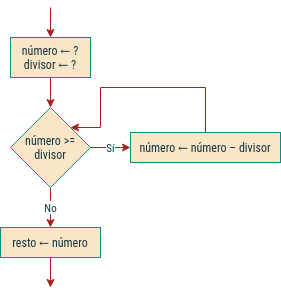
Before: ilustraciones/renders/Diagrama.drawio.png, a diagram exported from draw.io (INGCOM-UNRN/ingreso). Source tidied: cells renumbered, new cells last; positions are measured from the earlier drawing's top-left corner, leaving out a move shared by most shapes.
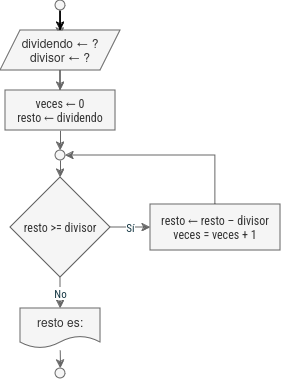
The same file after the commit.

What changed in the source:
```diff
@@ -2,50 +2,69 @@
   <root>
     <mxCell id="0" />
     <mxCell id="1" parent="0" />
-    <mxCell id="2" style="edgeStyle=orthogonalEdgeStyle;rounded=0;jettySize=auto;html=1;exitX=0.5;exitY=1;exitDx=0;exitDy=0;labelBackgroundColor=#DAD2D8;strokeColor=#A8201A;fontColor=#143642;fontFamily=Roboto Condensed;fontSource=https%3A%2F%2Ffonts.googleapis.com%2Fcss%3Ffamily%3DRoboto%2BCondensed;" parent="1" edge="1" source="3" target="6">
-      <mxGeometry relative="1" as="geometry" />
-    </mxCell>
-    <mxCell id="3" value="&lt;div&gt;número ← ?&lt;/div&gt;&lt;div&gt;divisor ← ?&lt;br&gt;&lt;/div&gt;" style="rounded=0;whiteSpace=wrap;html=1;fillColor=#FAE5C7;strokeColor=#0F8B8D;fontColor=#143642;fontFamily=Roboto Condensed;fontSource=https%3A%2F%2Ffonts.googleapis.com%2Fcss%3Ffamily%3DRoboto%2BCondensed;" parent="1" vertex="1">
-      <mxGeometry x="10" y="30" width="80" height="40" as="geometry" />
-    </mxCell>
+    <mxCell id="12" style="edgeStyle=orthogonalEdgeStyle;rounded=0;jettySize=auto;html=1;exitX=0.5;exitY=1;exitDx=0;exitDy=0;labelBackgroundColor=#DAD2D8;strokeColor=#666666;fontColor=#143642;fontFamily=Roboto Condensed;fontSource=https%3A%2F%2Ffonts.googleapis.com%2Fcss%3Ffamily%3DRoboto%2BCondensed;fillColor=#f5f5f5;entryX=0.5;entryY=0;entryDx=0;entryDy=0;" parent="1" edge="1" source="18" target="25">
+      <mxGeometry relative="1" as="geometry" />
+    </mxCell>
-    <mxCell id="4" value="Sí" style="edgeStyle=orthogonalEdgeStyle;rounded=0;jettySize=auto;html=1;labelBackgroundColor=default;strokeColor=#A8201A;fontColor=#143642;fontFamily=Roboto Condensed;fontSource=https%3A%2F%2Ffonts.googleapis.com%2Fcss%3Ffamily%3DRoboto%2BCondensed;spacing=4;" parent="1" edge="1" source="6" target="9">
+    <mxCell id="4" value="Sí" style="edgeStyle=orthogonalEdgeStyle;rounded=0;jettySize=auto;html=1;labelBackgroundColor=default;strokeColor=#666666;fontColor=#143642;fontFamily=Roboto Condensed;fontSource=https%3A%2F%2Ffonts.googleapis.com%2Fcss%3Ffamily%3DRoboto%2BCondensed;spacing=4;fillColor=#f5f5f5;entryX=0;entryY=0.5;entryDx=0;entryDy=0;exitX=1;exitY=0.5;exitDx=0;exitDy=0;" parent="1" edge="1" source="13" target="16">
       <mxGeometry relative="1" as="geometry">
         <Array as="points">
-          <mxPoint x="120" y="140" />
-          <mxPoint x="120" y="140" />
+          <mxPoint x="120" y="127" />
+          <mxPoint x="120" y="127" />
         </Array>
       </mxGeometry>
     </mxCell>
-    <mxCell id="5" value="No" style="edgeStyle=orthogonalEdgeStyle;rounded=0;jettySize=auto;html=1;labelBackgroundColor=default;strokeColor=#A8201A;fontColor=#143642;fontFamily=Roboto Condensed;fontSource=https%3A%2F%2Ffonts.googleapis.com%2Fcss%3Ffamily%3DRoboto%2BCondensed;spacing=5;" parent="1" edge="1" source="6" target="11">
+    <mxCell id="5" value="No" style="edgeStyle=orthogonalEdgeStyle;rounded=0;jettySize=auto;html=1;labelBackgroundColor=default;strokeColor=#666666;fontColor=#143642;fontFamily=Roboto Condensed;fontSource=https%3A%2F%2Ffonts.googleapis.com%2Fcss%3Ffamily%3DRoboto%2BCondensed;spacing=5;fillColor=#f5f5f5;entryX=0.5;entryY=0;entryDx=0;entryDy=0;" parent="1" edge="1" source="13" target="21">
       <mxGeometry relative="1" as="geometry" />
     </mxCell>
-    <mxCell id="6" value="número &amp;gt;= divisor" style="rhombus;whiteSpace=wrap;html=1;fillColor=#FAE5C7;strokeColor=#0F8B8D;fontColor=#143642;fontFamily=Roboto Condensed;fontSource=https%3A%2F%2Ffonts.googleapis.com%2Fcss%3Ffamily%3DRoboto%2BCondensed;" parent="1" vertex="1">
-      <mxGeometry x="10" y="100" width="80" height="80" as="geometry" />
-    </mxCell>
-    <mxCell id="7" style="edgeStyle=orthogonalEdgeStyle;rounded=0;jettySize=auto;html=1;exitX=0.5;exitY=1;exitDx=0;exitDy=0;labelBackgroundColor=#DAD2D8;strokeColor=#A8201A;fontColor=#143642;fontFamily=Roboto Condensed;fontSource=https%3A%2F%2Ffonts.googleapis.com%2Fcss%3Ffamily%3DRoboto%2BCondensed;" parent="1" edge="1" target="3">
-      <mxGeometry relative="1" as="geometry">
-        <mxPoint x="50" as="sourcePoint" />
-      </mxGeometry>
-    </mxCell>
-    <mxCell id="8" style="edgeStyle=orthogonalEdgeStyle;rounded=0;jettySize=auto;html=1;entryX=1;entryY=0;entryDx=0;entryDy=0;exitX=0.5;exitY=0;exitDx=0;exitDy=0;labelBackgroundColor=#DAD2D8;strokeColor=#A8201A;fontColor=#143642;fontFamily=Roboto Condensed;fontSource=https%3A%2F%2Ffonts.googleapis.com%2Fcss%3Ffamily%3DRoboto%2BCondensed;" parent="1" edge="1" source="9" target="6">
-      <mxGeometry relative="1" as="geometry">
-        <Array as="points">
-          <mxPoint x="205" y="80" />
-          <mxPoint x="100" y="80" />
-          <mxPoint x="100" y="120" />
-        </Array>
-      </mxGeometry>
-    </mxCell>
-    <mxCell id="9" value="número ← número – divisor" style="rounded=0;whiteSpace=wrap;html=1;fillColor=#FAE5C7;strokeColor=#0F8B8D;fontColor=#143642;fontFamily=Roboto Condensed;fontSource=https%3A%2F%2Ffonts.googleapis.com%2Fcss%3Ffamily%3DRoboto%2BCondensed;" parent="1" vertex="1">
-      <mxGeometry x="130" y="125" width="150" height="30" as="geometry" />
-    </mxCell>
-    <mxCell id="10" style="edgeStyle=orthogonalEdgeStyle;rounded=0;jettySize=auto;html=1;labelBackgroundColor=#DAD2D8;strokeColor=#A8201A;fontColor=#143642;fontFamily=Roboto Condensed;fontSource=https%3A%2F%2Ffonts.googleapis.com%2Fcss%3Ffamily%3DRoboto%2BCondensed;" parent="1" edge="1" source="11">
-      <mxGeometry relative="1" as="geometry">
-        <mxPoint x="50" y="280" as="targetPoint" />
-      </mxGeometry>
-    </mxCell>
-    <mxCell id="11" value="&lt;div&gt;resto ← número&lt;/div&gt;" style="whiteSpace=wrap;html=1;fillColor=#FAE5C7;strokeColor=#0F8B8D;fontColor=#143642;fontFamily=Roboto Condensed;fontSource=https%3A%2F%2Ffonts.googleapis.com%2Fcss%3Ffamily%3DRoboto%2BCondensed;" parent="1" vertex="1">
-      <mxGeometry y="220" width="100" height="30" as="geometry" />
-    </mxCell>
+    <mxCell id="13" value="resto &amp;gt;= divisor" style="rhombus;whiteSpace=wrap;html=1;fillColor=#f5f5f5;strokeColor=#666666;fontFamily=Roboto Condensed;fontSource=https%3A%2F%2Ffonts.googleapis.com%2Fcss%3Ffamily%3DRoboto%2BCondensed;fontColor=#333333;" parent="1" vertex="1">
+      <mxGeometry y="77" width="100" height="100" as="geometry" />
+    </mxCell>
+    <mxCell id="14" style="edgeStyle=orthogonalEdgeStyle;rounded=0;jettySize=auto;html=1;exitX=0.5;exitY=1;exitDx=0;exitDy=0;labelBackgroundColor=#DAD2D8;strokeColor=#666666;fontColor=#143642;fontFamily=Roboto Condensed;fontSource=https%3A%2F%2Ffonts.googleapis.com%2Fcss%3Ffamily%3DRoboto%2BCondensed;fillColor=#f5f5f5;" parent="1" edge="1" source="23">
+      <mxGeometry relative="1" as="geometry">
+        <mxPoint x="49.8" y="-64" as="targetPoint" />
+      </mxGeometry>
+    </mxCell>
+    <mxCell id="15" style="edgeStyle=orthogonalEdgeStyle;rounded=0;jettySize=auto;html=1;entryX=1;entryY=0.5;entryDx=0;entryDy=0;exitX=0.5;exitY=0;exitDx=0;exitDy=0;labelBackgroundColor=#DAD2D8;strokeColor=#666666;fontColor=#143642;fontFamily=Roboto Condensed;fontSource=https%3A%2F%2Ffonts.googleapis.com%2Fcss%3Ffamily%3DRoboto%2BCondensed;fillColor=#f5f5f5;" parent="1" edge="1" source="16" target="25">
+      <mxGeometry relative="1" as="geometry">
+        <Array as="points">
+          <mxPoint x="205" y="55" />
+        </Array>
+      </mxGeometry>
+    </mxCell>
+    <mxCell id="16" value="&lt;div&gt;resto ← resto – divisor&lt;/div&gt;&lt;div&gt;veces = veces + 1&lt;br&gt;&lt;/div&gt;" style="rounded=0;whiteSpace=wrap;html=1;fillColor=#f5f5f5;strokeColor=#666666;fontColor=#333333;fontFamily=Roboto Condensed;fontSource=https%3A%2F%2Ffonts.googleapis.com%2Fcss%3Ffamily%3DRoboto%2BCondensed;" parent="1" vertex="1">
+      <mxGeometry x="140" y="104" width="130" height="46" as="geometry" />
+    </mxCell>
+    <mxCell id="17" style="edgeStyle=orthogonalEdgeStyle;rounded=0;jettySize=auto;html=1;labelBackgroundColor=#DAD2D8;strokeColor=#666666;fontColor=#143642;fontFamily=Roboto Condensed;fontSource=https%3A%2F%2Ffonts.googleapis.com%2Fcss%3Ffamily%3DRoboto%2BCondensed;fillColor=#f5f5f5;entryX=0.5;entryY=0;entryDx=0;entryDy=0;" parent="1" edge="1" target="24">
+      <mxGeometry relative="1" as="geometry">
+        <mxPoint x="49.7" y="250" as="sourcePoint" />
+      </mxGeometry>
+    </mxCell>
+    <mxCell id="18" value="&lt;div&gt;veces ← 0&lt;/div&gt;&lt;div&gt;resto ← dividendo&lt;br&gt;&lt;/div&gt;" style="rounded=0;whiteSpace=wrap;html=1;fillColor=#f5f5f5;strokeColor=#666666;fontFamily=Roboto Condensed;fontSource=https%3A%2F%2Ffonts.googleapis.com%2Fcss%3Ffamily%3DRoboto%2BCondensed;fontColor=#333333;" parent="1" vertex="1">
+      <mxGeometry x="-5" y="-10" width="110" height="40" as="geometry" />
+    </mxCell>
+    <mxCell id="19" value="&lt;div&gt;dividendo ← ?&lt;/div&gt;&lt;div&gt;divisor ← ?&lt;br&gt;&lt;/div&gt;" style="shape=parallelogram;perimeter=parallelogramPerimeter;whiteSpace=wrap;html=1;fixedSize=1;fillColor=#f5f5f5;fontColor=#333333;strokeColor=#666666;" parent="1" vertex="1">
+      <mxGeometry x="-10" y="-70" width="120" height="40" as="geometry" />
+    </mxCell>
+    <mxCell id="20" style="edgeStyle=orthogonalEdgeStyle;rounded=0;jettySize=auto;html=1;labelBackgroundColor=#DAD2D8;strokeColor=#666666;fontColor=#143642;fontFamily=Roboto Condensed;fontSource=https%3A%2F%2Ffonts.googleapis.com%2Fcss%3Ffamily%3DRoboto%2BCondensed;fillColor=#f5f5f5;entryX=0.5;entryY=0;entryDx=0;entryDy=0;" parent="1" edge="1" source="19" target="18">
+      <mxGeometry relative="1" as="geometry" />
+    </mxCell>
+    <mxCell id="21" value="resto es:" style="shape=document;whiteSpace=wrap;html=1;boundedLbl=1;fillColor=#f5f5f5;fontColor=#333333;strokeColor=#666666;" parent="1" vertex="1">
+      <mxGeometry x="10" y="208" width="80" height="40" as="geometry" />
+    </mxCell>
+    <mxCell id="22" style="edgeStyle=orthogonalEdgeStyle;rounded=0;jettySize=auto;html=1;" parent="1" edge="1" source="23" target="19">
+      <mxGeometry relative="1" as="geometry" />
+    </mxCell>
+    <mxCell id="23" style="ellipse;whiteSpace=wrap;html=1;fillColor=#f5f5f5;strokeColor=#666666;fontColor=#333333;" parent="1" vertex="1">
+      <mxGeometry x="45" y="-100" width="10" height="10" as="geometry" />
+    </mxCell>
+    <mxCell id="24" style="ellipse;whiteSpace=wrap;html=1;fillColor=#f5f5f5;strokeColor=#666666;fontColor=#333333;" parent="1" vertex="1">
+      <mxGeometry x="45" y="268" width="10" height="10" as="geometry" />
+    </mxCell>
+    <mxCell id="25" style="ellipse;whiteSpace=wrap;html=1;fillColor=#f5f5f5;strokeColor=#666666;fontColor=#333333;" parent="1" vertex="1">
+      <mxGeometry x="45" y="50" width="10" height="10" as="geometry" />
+    </mxCell>
+    <mxCell id="26" style="edgeStyle=orthogonalEdgeStyle;rounded=0;jettySize=auto;html=1;labelBackgroundColor=#DAD2D8;strokeColor=#666666;fontColor=#143642;fontFamily=Roboto Condensed;fontSource=https%3A%2F%2Ffonts.googleapis.com%2Fcss%3Ffamily%3DRoboto%2BCondensed;fillColor=#f5f5f5;entryX=0.5;entryY=0;entryDx=0;entryDy=0;exitX=0.5;exitY=1;exitDx=0;exitDy=0;" parent="1" edge="1" source="25" target="13">
+      <mxGeometry relative="1" as="geometry" />
+    </mxCell>
   </root>
 </mxGraphModel>
```
